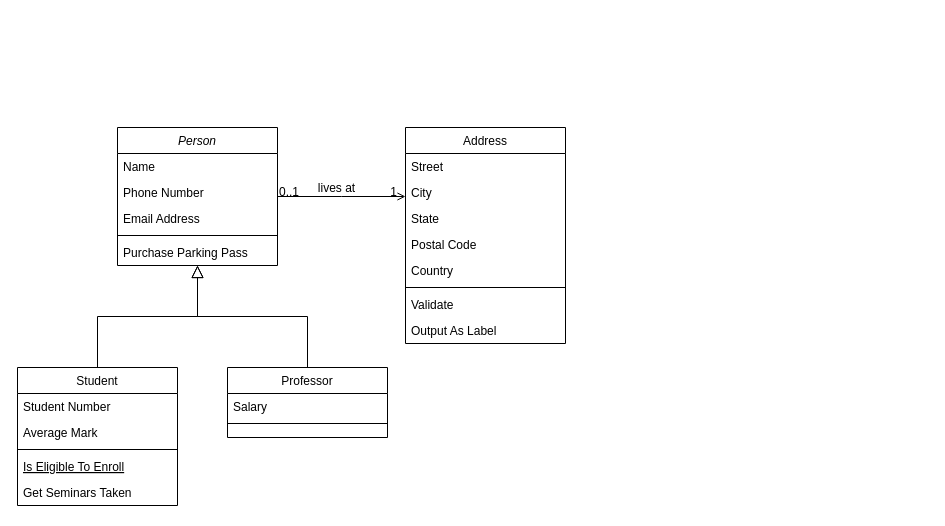
Before: Untitled Diagram.drawio in akif-caglar/make-my-idea, a draw.io diagram. Source tidied: cells renumbered, new cells numbered last; positions are measured from the earlier drawing's top-left corner, leaving out a move shared by most shapes. Both pictures are drawn from the tidied source at 100%, with x=0, y=0 at pixel (17, 127).
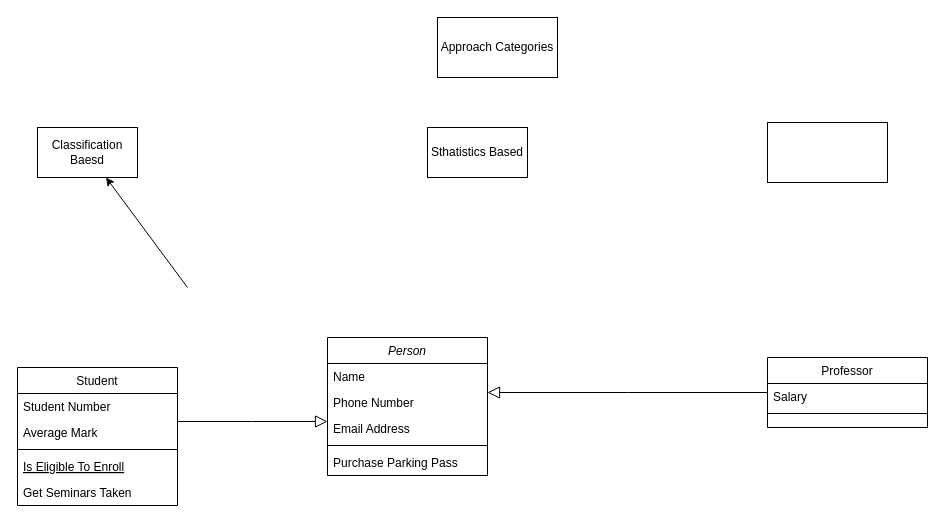
The same page after the edit.

The edit, as a diff of the source:
```diff
@@
     <mxCell id="2" value="Person" style="swimlane;fontStyle=2;align=center;verticalAlign=top;horizontal=1;startSize=26;rounded=0;shadow=0;strokeWidth=1;" parent="1" vertex="1">
-      <mxGeometry x="100" width="160" height="138" as="geometry" />
+      <mxGeometry x="310" y="210" width="160" height="138" as="geometry" />
     </mxCell>
@@
     <mxCell id="15" value="Professor" style="swimlane;fontStyle=0;align=center;verticalAlign=top;horizontal=1;startSize=26;rounded=0;shadow=0;strokeWidth=1;" parent="1" vertex="1">
-      <mxGeometry x="210" y="240" width="160" height="70" as="geometry" />
+      <mxGeometry x="750" y="230" width="160" height="70" as="geometry" />
     </mxCell>
@@
-    <mxCell id="19" value="Address" style="swimlane;fontStyle=0;align=center;verticalAlign=top;horizontal=1;startSize=26;rounded=0;shadow=0;strokeWidth=1;" parent="1" vertex="1">
-      <mxGeometry x="388" width="160" height="216" as="geometry" />
-    </mxCell>
-    <mxCell id="20" value="Street" style="text;align=left;verticalAlign=top;spacingLeft=4;spacingRight=4;overflow=hidden;" parent="19" vertex="1">
-      <mxGeometry y="26" width="160" height="26" as="geometry" />
-    </mxCell>
-    <mxCell id="21" value="City" style="text;align=left;verticalAlign=top;spacingLeft=4;spacingRight=4;overflow=hidden;rounded=0;shadow=0;html=0;" parent="19" vertex="1">
-      <mxGeometry y="52" width="160" height="26" as="geometry" />
-    </mxCell>
-    <mxCell id="22" value="State" style="text;align=left;verticalAlign=top;spacingLeft=4;spacingRight=4;overflow=hidden;rounded=0;shadow=0;html=0;" parent="19" vertex="1">
-      <mxGeometry y="78" width="160" height="26" as="geometry" />
-    </mxCell>
-    <mxCell id="23" value="Postal Code" style="text;align=left;verticalAlign=top;spacingLeft=4;spacingRight=4;overflow=hidden;rounded=0;shadow=0;html=0;" parent="19" vertex="1">
-      <mxGeometry y="104" width="160" height="26" as="geometry" />
-    </mxCell>
-    <mxCell id="24" value="Country" style="text;align=left;verticalAlign=top;spacingLeft=4;spacingRight=4;overflow=hidden;rounded=0;shadow=0;html=0;" parent="19" vertex="1">
-      <mxGeometry y="130" width="160" height="26" as="geometry" />
-    </mxCell>
-    <mxCell id="25" style="line;html=1;strokeWidth=1;align=left;verticalAlign=middle;spacingTop=-1;spacingLeft=3;spacingRight=3;labelPosition=right;" parent="19" vertex="1">
-      <mxGeometry y="156" width="160" height="8" as="geometry" />
-    </mxCell>
-    <mxCell id="26" value="Validate" style="text;align=left;verticalAlign=top;spacingLeft=4;spacingRight=4;overflow=hidden;" parent="19" vertex="1">
-      <mxGeometry y="164" width="160" height="26" as="geometry" />
-    </mxCell>
-    <mxCell id="27" value="Output As Label" style="text;align=left;verticalAlign=top;spacingLeft=4;spacingRight=4;overflow=hidden;" parent="19" vertex="1">
-      <mxGeometry y="190" width="160" height="26" as="geometry" />
-    </mxCell>
-    <mxCell id="28" style="endArrow=open;shadow=0;strokeWidth=1;rounded=0;endFill=1;edgeStyle=elbowEdgeStyle;elbow=vertical;" parent="1" edge="1" source="2" target="19">
-      <mxGeometry x="0.5" y="41" relative="1" as="geometry">
-        <mxPoint x="-40" y="32" as="offset" />
-      </mxGeometry>
-    </mxCell>
-    <mxCell id="29" value="0..1" style="align=left;verticalAlign=bottom;labelBackgroundColor=none;fontSize=12;" parent="28" vertex="1">
-      <mxGeometry x="-1" relative="1" as="geometry">
-        <mxPoint y="4" as="offset" />
-      </mxGeometry>
-    </mxCell>
-    <mxCell id="30" value="1" style="align=right;verticalAlign=bottom;labelBackgroundColor=none;fontSize=12;" parent="28" vertex="1">
-      <mxGeometry x="1" relative="1" as="geometry">
-        <mxPoint x="-7" y="4" as="offset" />
-      </mxGeometry>
-    </mxCell>
-    <mxCell id="31" value="lives at" style="text;html=1;align=center;verticalAlign=middle;labelBackgroundColor=none;rounded=0;shadow=0;strokeWidth=1;fontSize=12;" parent="28" vertex="1">
-      <mxGeometry x="0.5" y="49" relative="1" as="geometry">
-        <mxPoint x="-38" y="40" as="offset" />
-      </mxGeometry>
-    </mxCell>
+    <mxCell id="32" value="Approach Categories" style="rounded=0;whiteSpace=wrap;html=1;" parent="1" vertex="1">
+      <mxGeometry x="420" y="-110" width="120" height="60" as="geometry" />
+    </mxCell>
+    <mxCell id="33" style="endArrow=classic;html=1;rounded=0;" parent="1" edge="1" target="34">
+      <mxGeometry relative="1" as="geometry">
+        <mxPoint x="170" y="160" as="sourcePoint" />
+      </mxGeometry>
+    </mxCell>
+    <mxCell id="34" value="Classification Baesd" style="rounded=0;whiteSpace=wrap;html=1;" parent="1" vertex="1">
+      <mxGeometry x="20" width="100" height="50" as="geometry" />
+    </mxCell>
+    <mxCell id="35" style="rounded=0;whiteSpace=wrap;html=1;" parent="1" vertex="1">
+      <mxGeometry x="750" y="-5" width="120" height="60" as="geometry" />
+    </mxCell>
+    <mxCell id="36" value="Sthatistics Based" style="rounded=0;whiteSpace=wrap;html=1;" parent="1" vertex="1">
+      <mxGeometry x="410" width="100" height="50" as="geometry" />
+    </mxCell>
```
